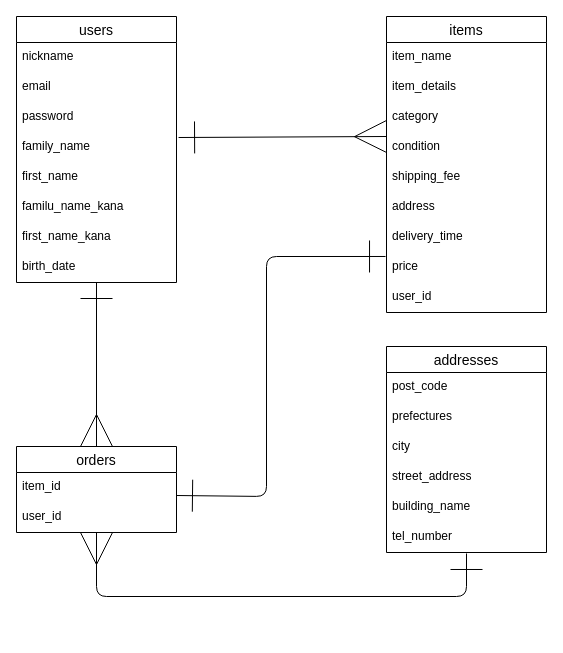
Earlier version of the draw.io diagram assignment.dio (haroco/furima-40291). Source tidied: cells renumbered, new cells numbered last; positions are measured from the earlier drawing's top-left corner, leaving out a move shared by most shapes. Both pictures are drawn from the tidied source at 100%, with x=0, y=0 at pixel (16, 16).
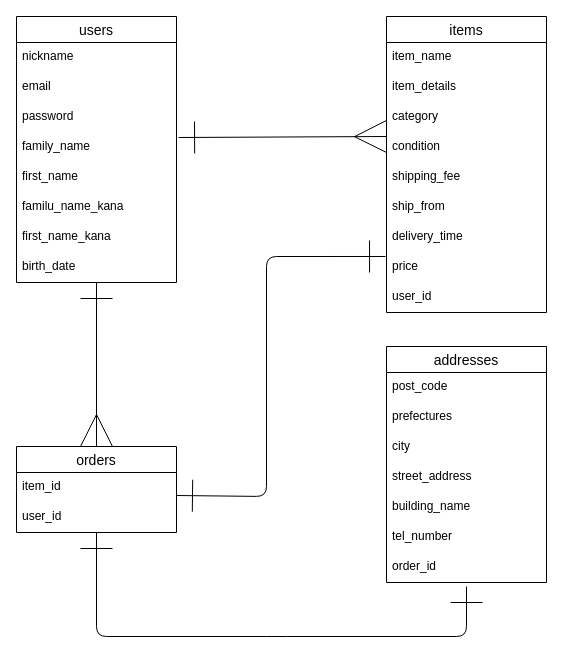
The same diagram, later.

Commit message:
ER図のカラムの追加・修正

The change refers to these unchanged cells:
```xml
<mxCell id="11" value="items" style="swimlane;fontStyle=0;horizontal=1;startSize=26;align=center;fontSize=14;" parent="1" vertex="1">
  <mxGeometry x="370" width="160" height="296" as="geometry" />
</mxCell>
<mxCell id="24" value="user_id" style="text;strokeColor=none;fillColor=none;spacingLeft=4;spacingRight=4;overflow=hidden;points=[[0,0.5],[1,0.5]];portConstraint=eastwest;fontSize=12;" parent="22" vertex="1">
  <mxGeometry y="56" width="160" height="30" as="geometry" />
</mxCell>
<mxCell id="31" value="tel_number" style="text;strokeColor=none;fillColor=none;spacingLeft=4;spacingRight=4;overflow=hidden;points=[[0,0.5],[1,0.5]];portConstraint=eastwest;fontSize=12;" parent="25" vertex="1">
  <mxGeometry y="176" width="160" height="30" as="geometry" />
</mxCell>
```

Change to the diagram source:
```diff
@@
-    <mxCell id="17" value="address" style="text;strokeColor=none;fillColor=none;spacingLeft=4;spacingRight=4;overflow=hidden;fontSize=12;" parent="11" vertex="1">
+    <mxCell id="17" value="ship_from " style="text;strokeColor=none;fillColor=none;spacingLeft=4;spacingRight=4;overflow=hidden;fontSize=12;" parent="11" vertex="1">
       <mxGeometry y="176" width="160" height="30" as="geometry" />
     </mxCell>
@@
     <mxCell id="25" value="addresses" style="swimlane;fontStyle=0;horizontal=1;startSize=26;align=center;fontSize=14;" parent="1" vertex="1">
-      <mxGeometry x="370" y="330" width="160" height="206" as="geometry" />
+      <mxGeometry x="370" y="330" width="160" height="236" as="geometry" />
     </mxCell>
@@
+    <mxCell id="35" value="order_id" style="text;strokeColor=none;fillColor=none;spacingLeft=4;spacingRight=4;overflow=hidden;fontSize=12;" parent="25" vertex="1">
+      <mxGeometry y="206" width="160" height="30" as="geometry" />
+    </mxCell>
@@
-    <mxCell id="34" style="edgeStyle=none;html=1;entryX=0.5;entryY=1.033;entryDx=0;entryDy=0;entryPerimeter=0;startArrow=ERmany;startFill=0;endArrow=ERone;endFill=0;startSize=30;endSize=30;targetPerimeterSpacing=8;" parent="1" edge="1" source="24" target="31">
+    <mxCell id="34" style="edgeStyle=none;html=1;startArrow=ERone;startFill=0;endArrow=ERone;endFill=0;startSize=30;endSize=30;targetPerimeterSpacing=8;" parent="1" edge="1" source="24">
       <mxGeometry relative="1" as="geometry">
+        <mxPoint x="450" y="570" as="targetPoint" />
         <Array as="points">
-          <mxPoint x="80" y="580" />
-          <mxPoint x="450" y="580" />
+          <mxPoint x="80" y="620" />
+          <mxPoint x="260" y="620" />
+          <mxPoint x="450" y="620" />
         </Array>
       </mxGeometry>
     </mxCell>
```
